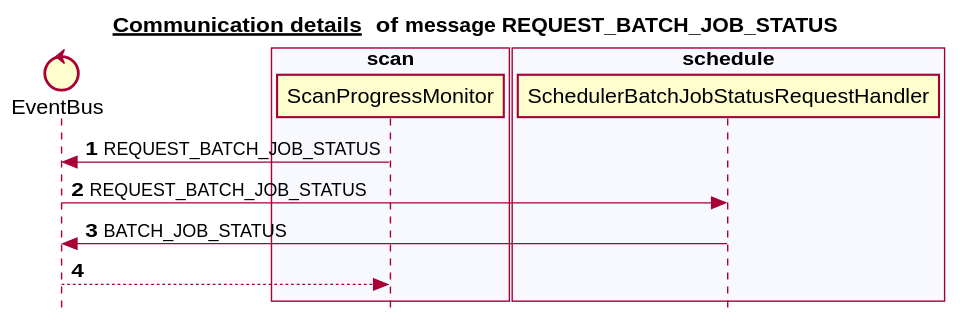
Before: docs/latest/images/gen_domain_messaging_request_batch_job_status.svg, a diagram exported from PlantUML (mercedes-benz/sechub).
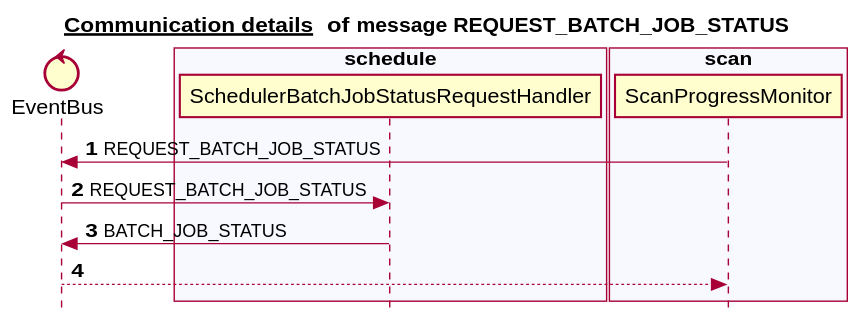
The same file after the commit.

The edit, as a diff of the source:
```diff
@@ -6,15 +6,15 @@
 
 
 control EventBus
+box "administration" #C8C8CF
+end box
+box "schedule" #F8F8FF
+   participant SchedulerBatchJobStatusRequestHandler
+end box
 box "authorization" #C8C8CF
 end box
 box "scan" #F8F8FF
    participant ScanProgressMonitor
-end box
-box "administration" #C8C8CF
-end box
-box "schedule" #F8F8FF
-   participant SchedulerBatchJobStatusRequestHandler
 end box
 box "notification" #C8C8CF
 end box
```
